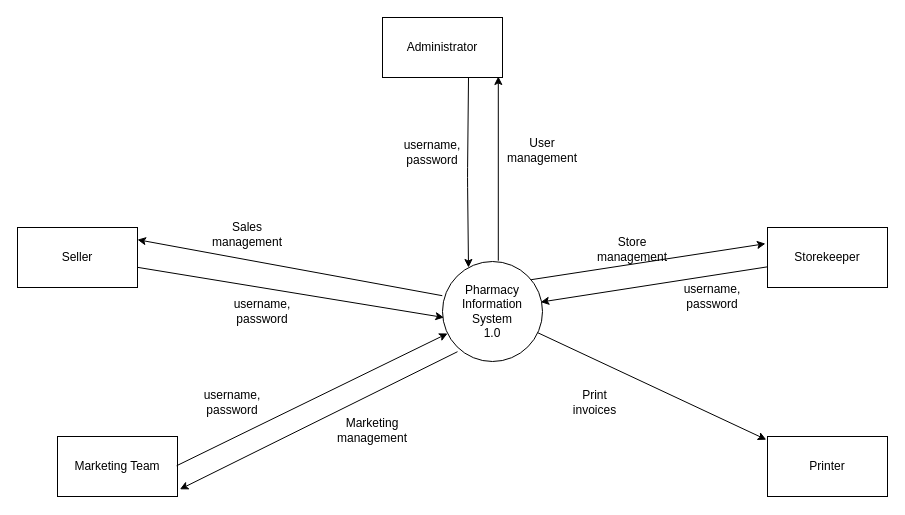
Above: Docs/Charts/Developer Panagiotis/DFD/DFD (lvl_0).drawio in Konstantinos-Papanagnou/Project-Management (draw.io), before the change. Source tidied: cells renumbered, new cells numbered last; positions are measured from the earlier drawing's top-left corner, leaving out a move shared by most shapes. Both pictures are drawn from the tidied source at 100%, with x=0, y=0 at pixel (17, 17).
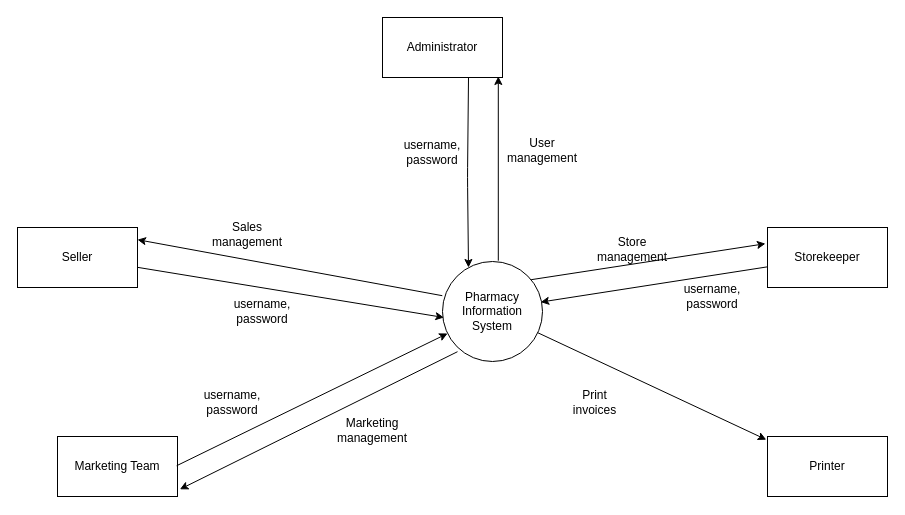
The same page after the edit.

Diff of the diagram source:
```diff
@@
-    <mxCell id="2" value="Pharmacy Information System&lt;br&gt;1.0" style="ellipse;whiteSpace=wrap;html=1;" parent="1" vertex="1">
+    <mxCell id="2" value="Pharmacy Information System" style="ellipse;whiteSpace=wrap;html=1;" parent="1" vertex="1">
       <mxGeometry x="425" y="244" width="100" height="100" as="geometry" />
     </mxCell>
```
